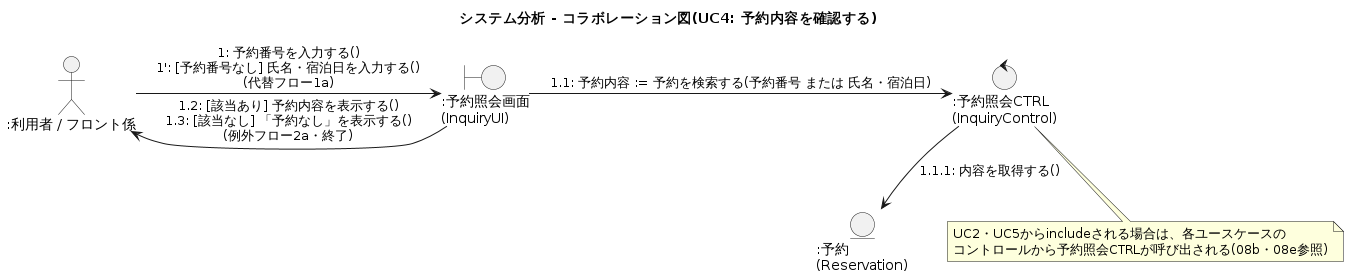
Above: docs/uml/images/08d_collaboration_uc4_inquiry.png in doguto/waseda-hrs (PlantUML), before the change. Its diagram source:
```plantuml
@startuml 08d_collaboration_uc4_inquiry
title システム分析 - コラボレーション図(UC4: 予約内容を確認する)

actor ":利用者 / フロント係" as Actor
boundary ":予約照会画面\n(InquiryUI)" as UI
control ":予約照会CTRL\n(InquiryControl)" as Ctrl
entity ":予約\n(Reservation)" as Rsv

Actor -right-> UI : 1: 予約番号を入力する()\n1': [予約番号なし] 氏名・宿泊日を入力する()\n(代替フロー1a)
UI -left-> Actor : 1.2: [該当あり] 予約内容を表示する()\n1.3: [該当なし] 「予約なし」を表示する()\n(例外フロー2a・終了)
UI -right-> Ctrl : 1.1: 予約内容 := 予約を検索する(予約番号 または 氏名・宿泊日)
Ctrl -down-> Rsv : 1.1.1: 内容を取得する()

note bottom of Ctrl : UC2・UC5からincludeされる場合は、各ユースケースの\nコントロールから予約照会CTRLが呼び出される(08b・08e参照)

@enduml
```
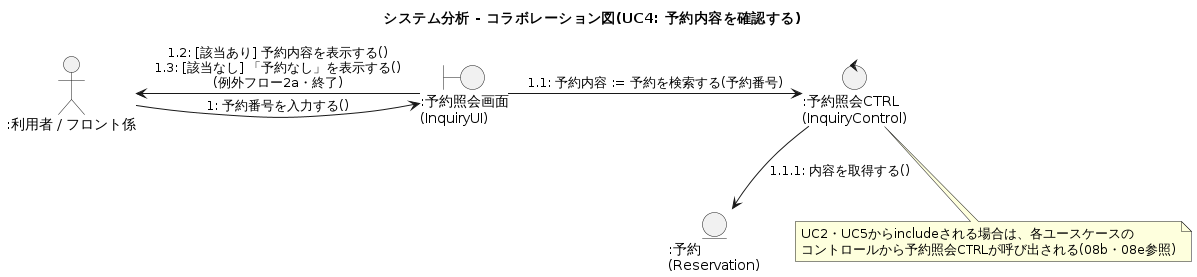
The same diagram one commit later.

Diff of the diagram source:
```diff
@@ -6,9 +6,9 @@
 control ":予約照会CTRL\n(InquiryControl)" as Ctrl
 entity ":予約\n(Reservation)" as Rsv
 
-Actor -right-> UI : 1: 予約番号を入力する()\n1': [予約番号なし] 氏名・宿泊日を入力する()\n(代替フロー1a)
+Actor -right-> UI : 1: 予約番号を入力する()
 UI -left-> Actor : 1.2: [該当あり] 予約内容を表示する()\n1.3: [該当なし] 「予約なし」を表示する()\n(例外フロー2a・終了)
-UI -right-> Ctrl : 1.1: 予約内容 := 予約を検索する(予約番号 または 氏名・宿泊日)
+UI -right-> Ctrl : 1.1: 予約内容 := 予約を検索する(予約番号)
 Ctrl -down-> Rsv : 1.1.1: 内容を取得する()
 
 note bottom of Ctrl : UC2・UC5からincludeされる場合は、各ユースケースの\nコントロールから予約照会CTRLが呼び出される(08b・08e参照)
```
